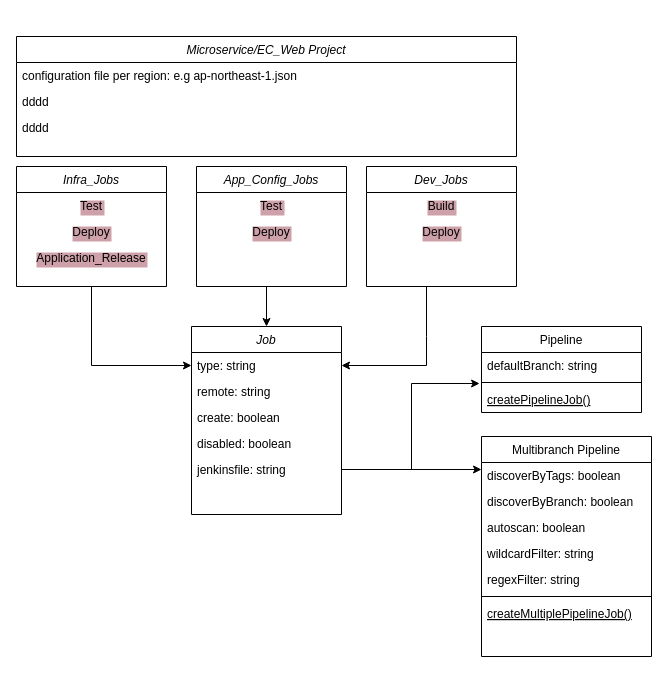
Above: draw_wiki/Untitled Diagram.drawio in fr-dimeng/draw (draw.io), before the change. Source tidied: cells renumbered, new cells numbered last; positions are measured from the earlier drawing's top-left corner, leaving out a move shared by most shapes. Both pictures are drawn from the tidied source at 100%, with x=0, y=0 at pixel (16, 36).
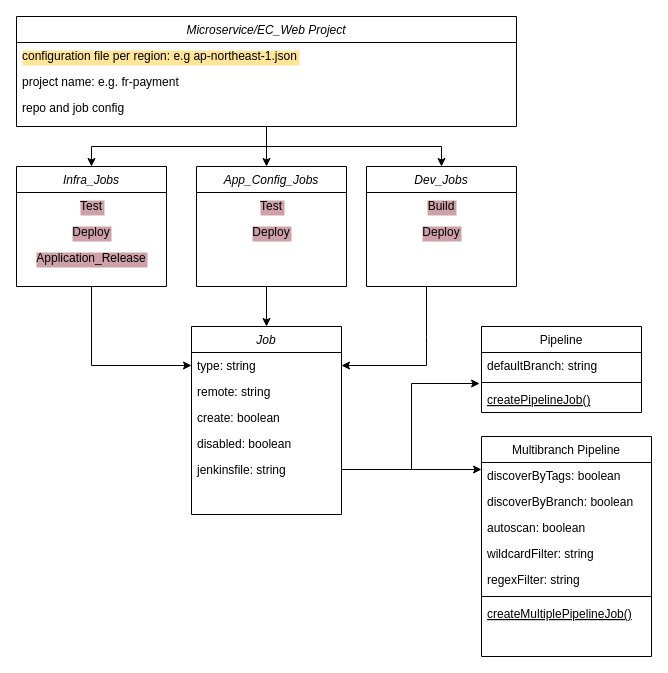
After the change.

The change refers to these unchanged cells:
```xml
<mxCell id="20" value="Infra_Jobs" style="swimlane;fontStyle=2;align=center;verticalAlign=top;horizontal=1;startSize=26;rounded=0;shadow=0;strokeWidth=1;" parent="1" vertex="1">
  <mxGeometry y="130" width="150" height="120" as="geometry" />
</mxCell>
<mxCell id="27" value="Dev_Jobs" style="swimlane;fontStyle=2;align=center;verticalAlign=top;horizontal=1;startSize=26;rounded=0;shadow=0;strokeWidth=1;" parent="1" vertex="1">
  <mxGeometry x="350" y="130" width="150" height="120" as="geometry" />
</mxCell>
```

Diff of the diagram source:
```diff
@@
+    <mxCell id="39" style="edgeStyle=orthogonalEdgeStyle;rounded=0;jettySize=auto;html=1;" parent="1" edge="1" source="35">
+      <mxGeometry relative="1" as="geometry">
+        <mxPoint x="250" y="130" as="targetPoint" />
+      </mxGeometry>
+    </mxCell>
+    <mxCell id="40" style="edgeStyle=orthogonalEdgeStyle;rounded=0;jettySize=auto;html=1;entryX=0.5;entryY=0;entryDx=0;entryDy=0;" parent="1" edge="1" source="35" target="20">
+      <mxGeometry relative="1" as="geometry" />
+    </mxCell>
     <mxCell id="35" value="Microservice/EC_Web Project" style="swimlane;fontStyle=2;align=center;verticalAlign=top;horizontal=1;startSize=26;rounded=0;shadow=0;strokeWidth=1;" parent="1" vertex="1">
-      <mxGeometry width="500" height="120" as="geometry" />
+      <mxGeometry y="-20" width="500" height="110" as="geometry" />
     </mxCell>
-    <mxCell id="36" value="configuration file per region: e.g ap-northeast-1.json&#10;" style="text;align=left;verticalAlign=top;spacingLeft=4;spacingRight=4;overflow=hidden;rounded=0;shadow=0;html=0;" parent="35" vertex="1">
+    <mxCell id="36" value="configuration file per region: e.g ap-northeast-1.json&#10;" style="text;align=left;verticalAlign=top;spacingLeft=4;spacingRight=4;overflow=hidden;rounded=0;shadow=0;html=0;fontStyle=0;labelBackgroundColor=#FFE599;" parent="35" vertex="1">
       <mxGeometry y="26" width="500" height="26" as="geometry" />
     </mxCell>
-    <mxCell id="37" value="dddd" style="text;align=left;verticalAlign=top;spacingLeft=4;spacingRight=4;overflow=hidden;rounded=0;shadow=0;html=0;" parent="35" vertex="1">
+    <mxCell id="37" value="project name: e.g. fr-payment" style="text;align=left;verticalAlign=top;spacingLeft=4;spacingRight=4;overflow=hidden;rounded=0;shadow=0;html=0;" parent="35" vertex="1">
       <mxGeometry y="52" width="500" height="26" as="geometry" />
     </mxCell>
-    <mxCell id="38" value="dddd" style="text;align=left;verticalAlign=top;spacingLeft=4;spacingRight=4;overflow=hidden;rounded=0;shadow=0;html=0;" parent="35" vertex="1">
+    <mxCell id="38" value="repo and job config" style="text;align=left;verticalAlign=top;spacingLeft=4;spacingRight=4;overflow=hidden;rounded=0;shadow=0;html=0;" parent="35" vertex="1">
       <mxGeometry y="78" width="500" height="26" as="geometry" />
     </mxCell>
+    <mxCell id="41" style="edgeStyle=orthogonalEdgeStyle;rounded=0;jettySize=auto;html=1;" parent="1" edge="1" target="27">
+      <mxGeometry relative="1" as="geometry">
+        <mxPoint x="250" y="100" as="sourcePoint" />
+        <Array as="points">
+          <mxPoint x="250" y="110" />
+          <mxPoint x="425" y="110" />
+        </Array>
+      </mxGeometry>
+    </mxCell>
```
